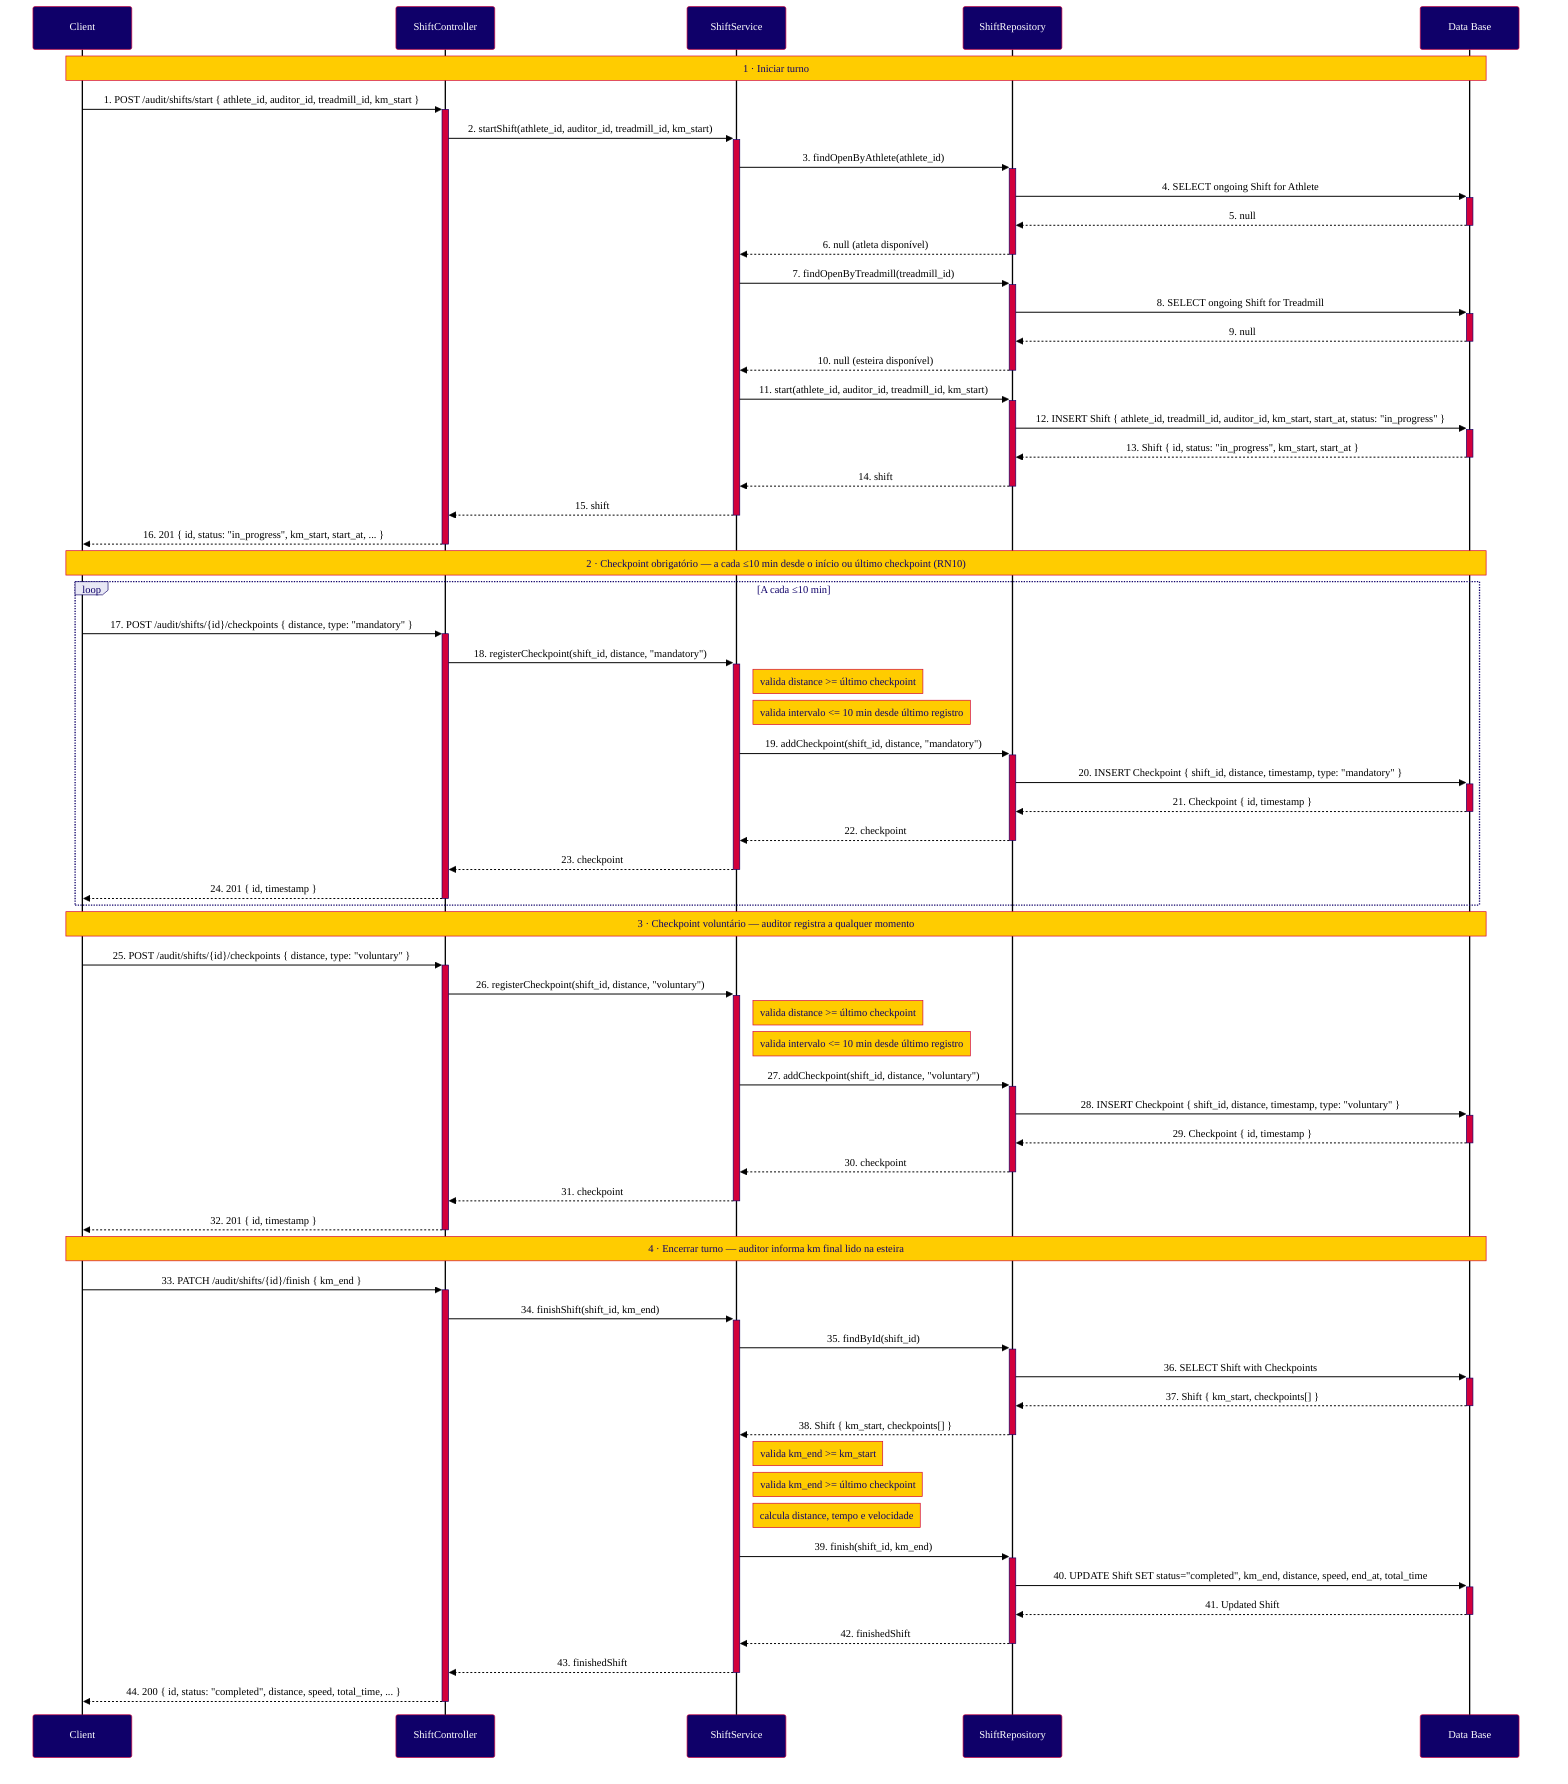
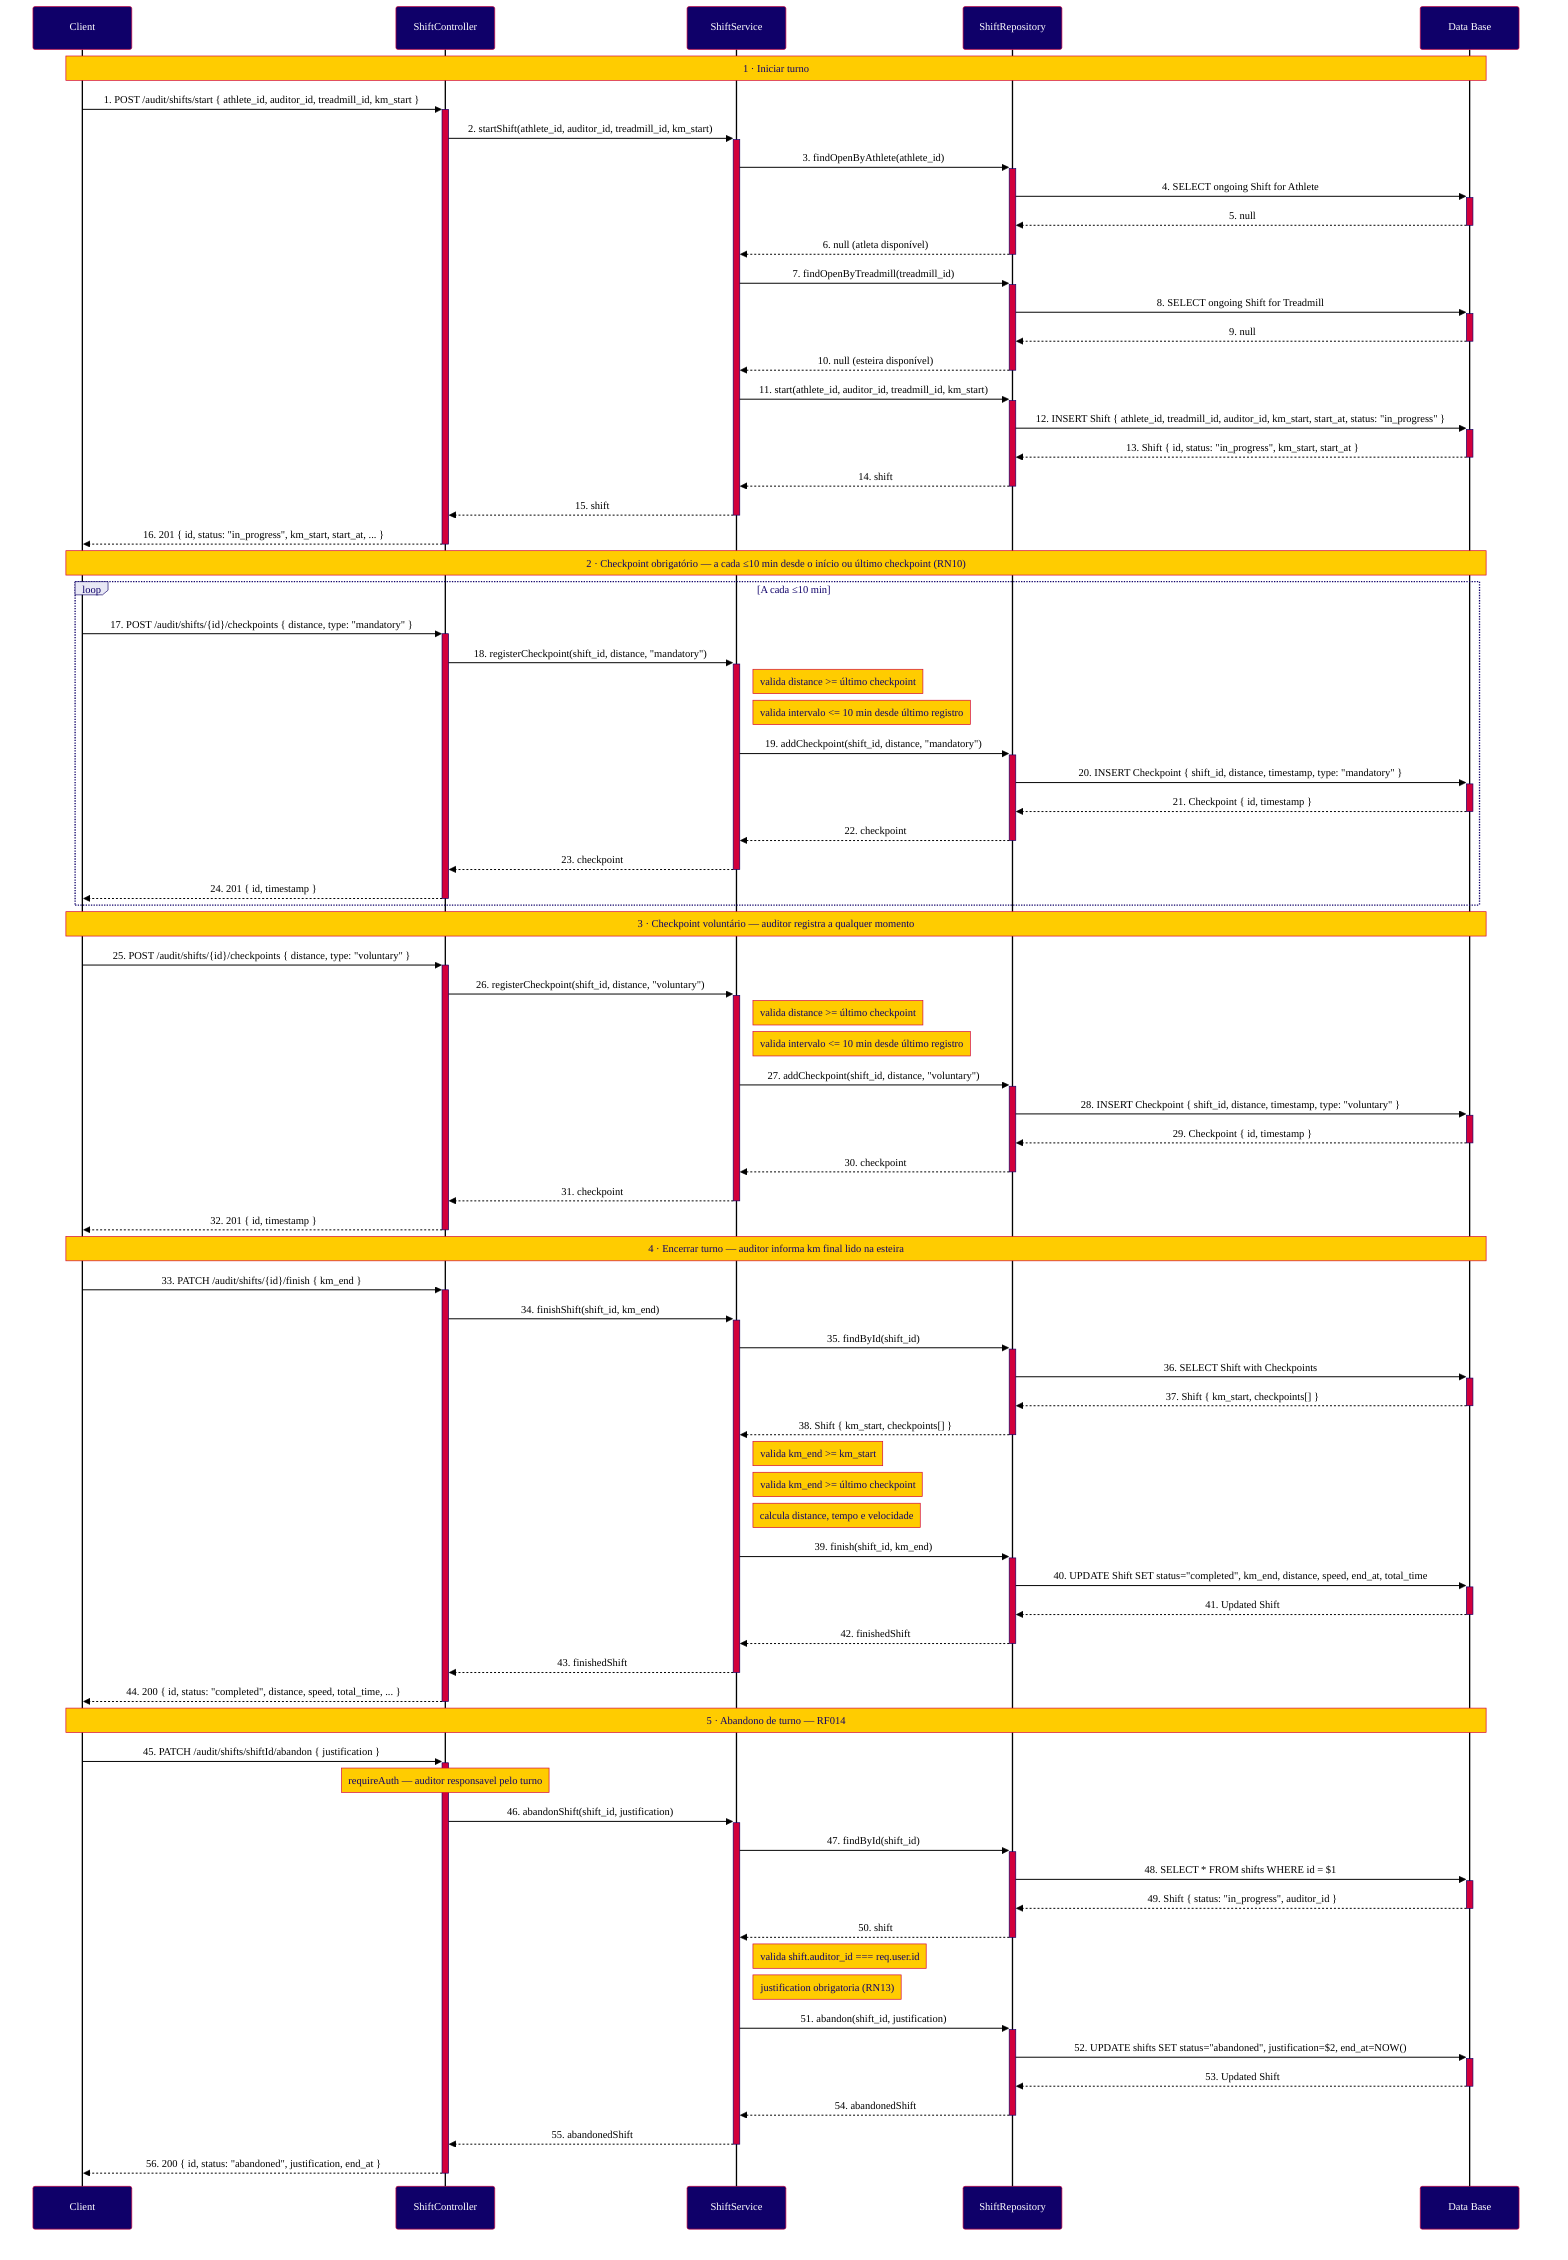

%%{init: {
  "theme": "base",
  "background": "#ffffff",
  "themeVariables": {
    "primaryColor": "#0F0069",
    "primaryTextColor": "#FFFFFF",
    "primaryBorderColor": "#D2003C",
    "secondaryColor": "#D2003C",
    "secondaryTextColor": "#FFFFFF",
    "secondaryBorderColor": "#D2003C",
    "tertiaryColor": "#E8E8F5",
    "tertiaryTextColor": "#0F0069",
    "tertiaryBorderColor": "#0F0069",
    "noteBkgColor": "#FFCC00",
    "noteTextColor": "#0F0069",
    "noteBorderColor": "#D2003C",
    "activationBkgColor": "#D2003C",
    "activationBorderColor": "#0F0069",
    "actorBkg": "#0F0069",
    "actorTextColor": "#FFFFFF",
    "actorBorderColor": "#D2003C",
    "actorLineColor": "#000000",
    "signalColor": "#000000",
    "signalTextColor": "#000000",
    "labelBoxBkgColor": "#E8E8F5",
    "labelBoxBorderColor": "#0F0069",
    "labelTextColor": "#0F0069",
    "loopTextColor": "#0F0069",
    "fontFamily": "Arial, sans-serif",
    "fontSize": "14px",
    "background": "#FFFFFF"
  }
}}%%
sequenceDiagram
    participant C as Client
    participant CT as ShiftController
    participant TS as ShiftService
    participant TR as ShiftRepository
    participant DB as Data Base

    Note over C,DB: 1 · Iniciar turno

    C->>+CT: 1. POST /audit/shifts/start { athlete_id, auditor_id, treadmill_id, km_start }
    CT->>+TS: 2. startShift(athlete_id, auditor_id, treadmill_id, km_start)

    TS->>+TR: 3. findOpenByAthlete(athlete_id)
    TR->>+DB: 4. SELECT ongoing Shift for Athlete
    DB-->>-TR: 5. null
    TR-->>-TS: 6. null (atleta disponível)

    TS->>+TR: 7. findOpenByTreadmill(treadmill_id)
    TR->>+DB: 8. SELECT ongoing Shift for Treadmill
    DB-->>-TR: 9. null
    TR-->>-TS: 10. null (esteira disponível)

    TS->>+TR: 11. start(athlete_id, auditor_id, treadmill_id, km_start)
    TR->>+DB: 12. INSERT Shift { athlete_id, treadmill_id, auditor_id, km_start, start_at, status: "in_progress" }
    DB-->>-TR: 13. Shift { id, status: "in_progress", km_start, start_at }
    TR-->>-TS: 14. shift
    TS-->>-CT: 15. shift
    CT-->>-C: 16. 201 { id, status: "in_progress", km_start, start_at, ... }

    Note over C,DB: 2 · Checkpoint obrigatório — a cada ≤10 min desde o início ou último checkpoint (RN10)

    loop A cada ≤10 min
        C->>+CT: 17. POST /audit/shifts/{id}/checkpoints { distance, type: "mandatory" }
        CT->>+TS: 18. registerCheckpoint(shift_id, distance, "mandatory")

        Note right of TS: valida distance >= último checkpoint
        Note right of TS: valida intervalo <= 10 min desde último registro

        TS->>+TR: 19. addCheckpoint(shift_id, distance, "mandatory")
        TR->>+DB: 20. INSERT Checkpoint { shift_id, distance, timestamp, type: "mandatory" }
        DB-->>-TR: 21. Checkpoint { id, timestamp }
        TR-->>-TS: 22. checkpoint
        TS-->>-CT: 23. checkpoint
        CT-->>-C: 24. 201 { id, timestamp }
    end

    Note over C,DB: 3 · Checkpoint voluntário — auditor registra a qualquer momento

    C->>+CT: 25. POST /audit/shifts/{id}/checkpoints { distance, type: "voluntary" }
    CT->>+TS: 26. registerCheckpoint(shift_id, distance, "voluntary")

    Note right of TS: valida distance >= último checkpoint
    Note right of TS: valida intervalo <= 10 min desde último registro

    TS->>+TR: 27. addCheckpoint(shift_id, distance, "voluntary")
    TR->>+DB: 28. INSERT Checkpoint { shift_id, distance, timestamp, type: "voluntary" }
    DB-->>-TR: 29. Checkpoint { id, timestamp }
    TR-->>-TS: 30. checkpoint
    TS-->>-CT: 31. checkpoint
    CT-->>-C: 32. 201 { id, timestamp }

    Note over C,DB: 4 · Encerrar turno — auditor informa km final lido na esteira

    C->>+CT: 33. PATCH /audit/shifts/{id}/finish { km_end }
    CT->>+TS: 34. finishShift(shift_id, km_end)

    TS->>+TR: 35. findById(shift_id)
    TR->>+DB: 36. SELECT Shift with Checkpoints
    DB-->>-TR: 37. Shift { km_start, checkpoints[] }
    TR-->>-TS: 38. Shift { km_start, checkpoints[] }

    Note right of TS: valida km_end >= km_start
    Note right of TS: valida km_end >= último checkpoint
    Note right of TS: calcula distance, tempo e velocidade

    TS->>+TR: 39. finish(shift_id, km_end)
    TR->>+DB: 40. UPDATE Shift SET status="completed", km_end, distance, speed, end_at, total_time
    DB-->>-TR: 41. Updated Shift
    TR-->>-TS: 42. finishedShift
    TS-->>-CT: 43. finishedShift
    CT-->>-C: 44. 200 { id, status: "completed", distance, speed, total_time, ... }
+ 
+     Note over C,DB: 5 · Abandono de turno — RF014
+ 
+     C->>+CT: 45. PATCH /audit/shifts/shiftId/abandon { justification }
+     Note over CT: requireAuth — auditor responsavel pelo turno
+     CT->>+TS: 46. abandonShift(shift_id, justification)
+     TS->>+TR: 47. findById(shift_id)
+     TR->>+DB: 48. SELECT * FROM shifts WHERE id = $1
+     DB-->>-TR: 49. Shift { status: "in_progress", auditor_id }
+     TR-->>-TS: 50. shift
+ 
+     Note right of TS: valida shift.auditor_id === req.user.id
+     Note right of TS: justification obrigatoria (RN13)
+ 
+     TS->>+TR: 51. abandon(shift_id, justification)
+     TR->>+DB: 52. UPDATE shifts SET status="abandoned", justification=$2, end_at=NOW()
+     DB-->>-TR: 53. Updated Shift
+     TR-->>-TS: 54. abandonedShift
+     TS-->>-CT: 55. abandonedShift
+     CT-->>-C: 56. 200 { id, status: "abandoned", justification, end_at }
